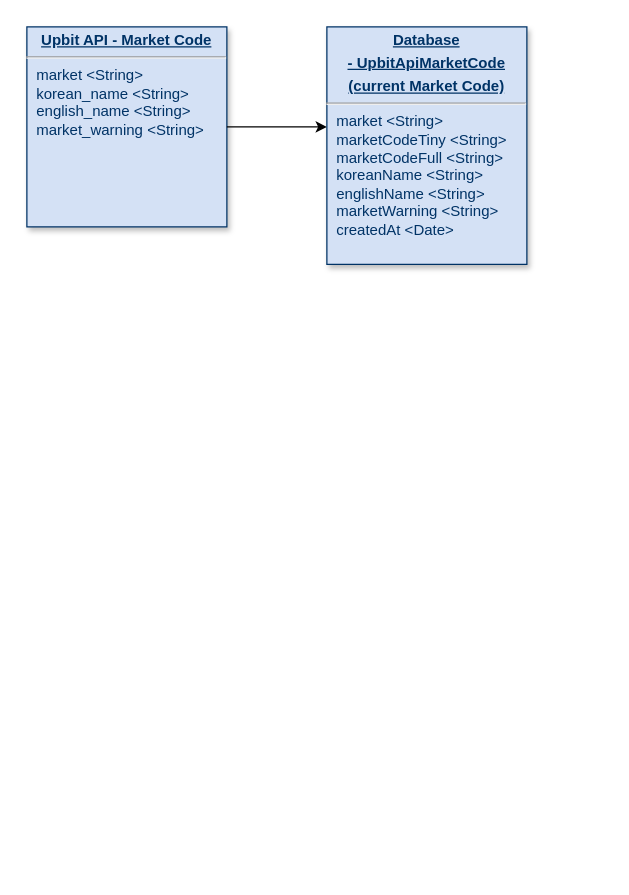
devKangMinHyeok/Project-C keeps this draw.io diagram as drawio/UpbitApiDataFlow.drawio. Above is the earlier version. Source tidied: cells renumbered, new cells numbered last; positions are measured from the earlier drawing's top-left corner, leaving out a move shared by most shapes. Both pictures are drawn from the tidied source at 125%, with x=0, y=0 at pixel (26, 26).
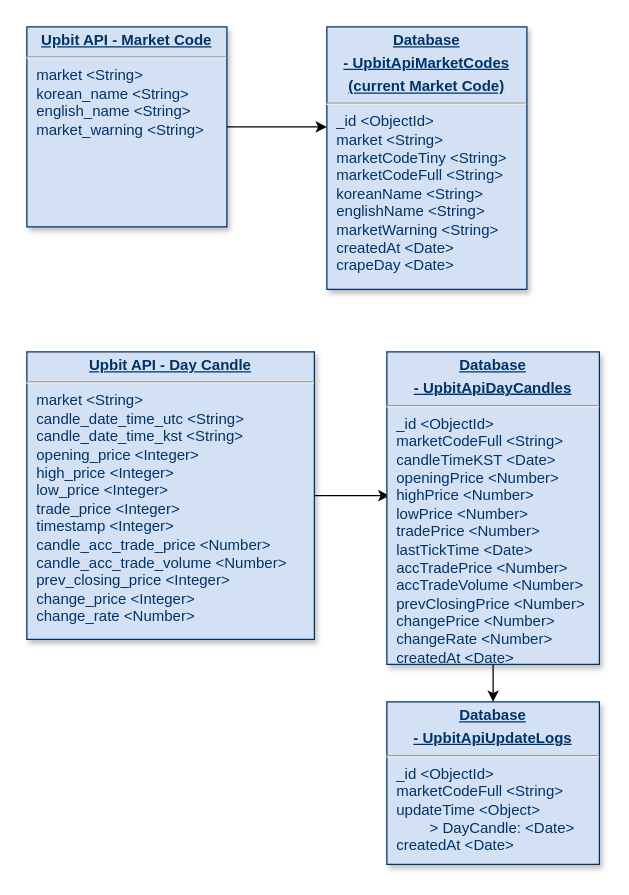
Above is the later version.

What changed in the source:
```diff
@@
 <mxGraphModel>
   <root>
     <mxCell id="0" />
     <mxCell id="1" parent="0" />
     <mxCell id="2" value="&lt;p style=&quot;margin: 0px ; margin-top: 4px ; text-align: center ; text-decoration: underline&quot;&gt;&lt;strong&gt;Upbit API - Market Code&lt;/strong&gt;&lt;/p&gt;&lt;hr&gt;&lt;p style=&quot;margin: 0px ; margin-left: 8px&quot;&gt;market &amp;lt;String&amp;gt;&lt;/p&gt;&lt;p style=&quot;margin: 0px ; margin-left: 8px&quot;&gt;korean_name &amp;lt;String&amp;gt;&lt;/p&gt;&lt;p style=&quot;margin: 0px ; margin-left: 8px&quot;&gt;english_name &amp;lt;String&amp;gt;&lt;/p&gt;&lt;p style=&quot;margin: 0px ; margin-left: 8px&quot;&gt;market_warning &amp;lt;String&amp;gt;&lt;/p&gt;" style="verticalAlign=top;align=left;overflow=fill;fontSize=12;fontFamily=Helvetica;html=1;strokeColor=#003366;shadow=1;fillColor=#D4E1F5;fontColor=#003366;" parent="1" vertex="1">
       <mxGeometry width="160" height="160" as="geometry" />
     </mxCell>
     <mxCell id="3" style="endArrow=classic;html=1;rounded=0;exitX=1;exitY=0.5;exitDx=0;exitDy=0;" parent="1" edge="1" source="2">
       <mxGeometry relative="1" as="geometry">
         <mxPoint x="240" y="80" as="targetPoint" />
       </mxGeometry>
     </mxCell>
-    <mxCell id="4" value="&lt;p style=&quot;margin: 0px ; margin-top: 4px ; text-align: center ; text-decoration: underline&quot;&gt;&lt;b&gt;Database&lt;/b&gt;&lt;/p&gt;&lt;p style=&quot;margin: 0px ; margin-top: 4px ; text-align: center ; text-decoration: underline&quot;&gt;&lt;b&gt;- UpbitApiMarketCode&lt;/b&gt;&lt;/p&gt;&lt;p style=&quot;margin: 0px ; margin-top: 4px ; text-align: center ; text-decoration: underline&quot;&gt;&lt;b&gt;(current Market Code)&lt;/b&gt;&lt;/p&gt;&lt;hr&gt;&lt;p style=&quot;margin: 0px ; margin-left: 8px&quot;&gt;market &amp;lt;String&amp;gt;&lt;/p&gt;&lt;p style=&quot;margin: 0px ; margin-left: 8px&quot;&gt;marketCodeTiny &amp;lt;String&amp;gt;&lt;/p&gt;&lt;p style=&quot;margin: 0px ; margin-left: 8px&quot;&gt;marketCodeFull &amp;lt;String&amp;gt;&lt;/p&gt;&lt;p style=&quot;margin: 0px ; margin-left: 8px&quot;&gt;koreanName &amp;lt;String&amp;gt;&lt;/p&gt;&lt;p style=&quot;margin: 0px ; margin-left: 8px&quot;&gt;englishName &amp;lt;String&amp;gt;&lt;/p&gt;&lt;p style=&quot;margin: 0px ; margin-left: 8px&quot;&gt;marketWarning &amp;lt;String&amp;gt;&lt;/p&gt;&lt;p style=&quot;margin: 0px ; margin-left: 8px&quot;&gt;createdAt &amp;lt;Date&amp;gt;&lt;/p&gt;" style="verticalAlign=top;align=left;overflow=fill;fontSize=12;fontFamily=Helvetica;html=1;strokeColor=#003366;shadow=1;fillColor=#D4E1F5;fontColor=#003366;" parent="1" vertex="1">
-      <mxGeometry x="240" width="160" height="190" as="geometry" />
+    <mxCell id="4" value="&lt;p style=&quot;margin: 0px ; margin-top: 4px ; text-align: center ; text-decoration: underline&quot;&gt;&lt;b&gt;Database&lt;/b&gt;&lt;/p&gt;&lt;p style=&quot;margin: 0px ; margin-top: 4px ; text-align: center ; text-decoration: underline&quot;&gt;&lt;b&gt;- UpbitApiMarketCodes&lt;/b&gt;&lt;/p&gt;&lt;p style=&quot;margin: 0px ; margin-top: 4px ; text-align: center ; text-decoration: underline&quot;&gt;&lt;b&gt;(current Market Code)&lt;/b&gt;&lt;/p&gt;&lt;hr&gt;&lt;p style=&quot;margin: 0px ; margin-left: 8px&quot;&gt;_id &amp;lt;ObjectId&amp;gt;&lt;br&gt;&lt;/p&gt;&lt;p style=&quot;margin: 0px ; margin-left: 8px&quot;&gt;market &amp;lt;String&amp;gt;&lt;/p&gt;&lt;p style=&quot;margin: 0px ; margin-left: 8px&quot;&gt;marketCodeTiny &amp;lt;String&amp;gt;&lt;/p&gt;&lt;p style=&quot;margin: 0px ; margin-left: 8px&quot;&gt;marketCodeFull &amp;lt;String&amp;gt;&lt;/p&gt;&lt;p style=&quot;margin: 0px ; margin-left: 8px&quot;&gt;koreanName &amp;lt;String&amp;gt;&lt;/p&gt;&lt;p style=&quot;margin: 0px ; margin-left: 8px&quot;&gt;englishName &amp;lt;String&amp;gt;&lt;/p&gt;&lt;p style=&quot;margin: 0px ; margin-left: 8px&quot;&gt;marketWarning &amp;lt;String&amp;gt;&lt;/p&gt;&lt;p style=&quot;margin: 0px ; margin-left: 8px&quot;&gt;createdAt &amp;lt;Date&amp;gt;&lt;/p&gt;&lt;p style=&quot;margin: 0px ; margin-left: 8px&quot;&gt;crapeDay &amp;lt;Date&amp;gt;&lt;/p&gt;" style="verticalAlign=top;align=left;overflow=fill;fontSize=12;fontFamily=Helvetica;html=1;strokeColor=#003366;shadow=1;fillColor=#D4E1F5;fontColor=#003366;" parent="1" vertex="1">
+      <mxGeometry x="240" width="160" height="210" as="geometry" />
     </mxCell>
+    <mxCell id="5" style="edgeStyle=orthogonalEdgeStyle;rounded=0;jettySize=auto;html=1;exitX=1;exitY=0.5;exitDx=0;exitDy=0;entryX=0.012;entryY=0.46;entryDx=0;entryDy=0;entryPerimeter=0;" parent="1" edge="1" source="6" target="8">
+      <mxGeometry relative="1" as="geometry" />
+    </mxCell>
+    <mxCell id="6" value="&lt;p style=&quot;margin: 0px ; margin-top: 4px ; text-align: center ; text-decoration: underline&quot;&gt;&lt;strong&gt;Upbit API - Day Candle&lt;/strong&gt;&lt;/p&gt;&lt;hr&gt;&lt;p style=&quot;margin: 0px ; margin-left: 8px&quot;&gt;&lt;span&gt;market &amp;lt;String&amp;gt;&lt;/span&gt;&lt;/p&gt;&lt;p style=&quot;margin: 0px ; margin-left: 8px&quot;&gt;candle_date_time_utc &amp;lt;String&amp;gt;&lt;/p&gt;&lt;p style=&quot;margin: 0px ; margin-left: 8px&quot;&gt;candle_date_time_kst &amp;lt;String&amp;gt;&lt;/p&gt;&lt;p style=&quot;margin: 0px ; margin-left: 8px&quot;&gt;opening_price &amp;lt;Integer&amp;gt;&lt;/p&gt;&lt;p style=&quot;margin: 0px ; margin-left: 8px&quot;&gt;high_price &amp;lt;Integer&amp;gt;&lt;/p&gt;&lt;p style=&quot;margin: 0px ; margin-left: 8px&quot;&gt;low_price &amp;lt;Integer&amp;gt;&lt;/p&gt;&lt;p style=&quot;margin: 0px ; margin-left: 8px&quot;&gt;trade_price &amp;lt;Integer&amp;gt;&lt;/p&gt;&lt;p style=&quot;margin: 0px ; margin-left: 8px&quot;&gt;&lt;span&gt;timestamp &amp;lt;Integer&amp;gt;&lt;/span&gt;&lt;/p&gt;&lt;p style=&quot;margin: 0px ; margin-left: 8px&quot;&gt;candle_acc_trade_price &amp;lt;Number&amp;gt;&lt;/p&gt;&lt;p style=&quot;margin: 0px ; margin-left: 8px&quot;&gt;candle_acc_trade_volume &amp;lt;Number&amp;gt;&lt;/p&gt;&lt;p style=&quot;margin: 0px ; margin-left: 8px&quot;&gt;prev_closing_price &amp;lt;Integer&amp;gt;&lt;/p&gt;&lt;p style=&quot;margin: 0px ; margin-left: 8px&quot;&gt;change_price &amp;lt;Integer&amp;gt;&lt;/p&gt;&lt;p style=&quot;margin: 0px ; margin-left: 8px&quot;&gt;change_rate &amp;lt;Number&amp;gt;&lt;/p&gt;" style="verticalAlign=top;align=left;overflow=fill;fontSize=12;fontFamily=Helvetica;html=1;strokeColor=#003366;shadow=1;fillColor=#D4E1F5;fontColor=#003366;" parent="1" vertex="1">
+      <mxGeometry y="260" width="230" height="230" as="geometry" />
+    </mxCell>
+    <mxCell id="7" style="edgeStyle=orthogonalEdgeStyle;rounded=0;jettySize=auto;html=1;exitX=0.5;exitY=1;exitDx=0;exitDy=0;entryX=0.5;entryY=0;entryDx=0;entryDy=0;" parent="1" edge="1" source="8" target="9">
+      <mxGeometry relative="1" as="geometry" />
+    </mxCell>
+    <mxCell id="8" value="&lt;p style=&quot;margin: 0px ; margin-top: 4px ; text-align: center ; text-decoration: underline&quot;&gt;&lt;b&gt;Database&lt;/b&gt;&lt;/p&gt;&lt;p style=&quot;margin: 0px ; margin-top: 4px ; text-align: center ; text-decoration: underline&quot;&gt;&lt;b&gt;-&amp;nbsp;&lt;/b&gt;&lt;b&gt;&lt;u&gt;UpbitApiDayCandles&lt;/u&gt;&lt;/b&gt;&lt;/p&gt;&lt;hr&gt;&lt;p style=&quot;margin: 0px ; margin-left: 8px&quot;&gt;_id &amp;lt;ObjectId&amp;gt;&lt;/p&gt;&lt;p style=&quot;margin: 0px ; margin-left: 8px&quot;&gt;marketCodeFull &amp;lt;String&amp;gt;&lt;/p&gt;&lt;p style=&quot;margin: 0px ; margin-left: 8px&quot;&gt;candleTimeKST &amp;lt;Date&amp;gt;&lt;/p&gt;&lt;p style=&quot;margin: 0px ; margin-left: 8px&quot;&gt;openingPrice &amp;lt;Number&amp;gt;&lt;/p&gt;&lt;p style=&quot;margin: 0px ; margin-left: 8px&quot;&gt;highPrice &amp;lt;Number&amp;gt;&lt;/p&gt;&lt;p style=&quot;margin: 0px ; margin-left: 8px&quot;&gt;lowPrice &amp;lt;Number&amp;gt;&lt;/p&gt;&lt;p style=&quot;margin: 0px ; margin-left: 8px&quot;&gt;tradePrice &amp;lt;Number&amp;gt;&lt;/p&gt;&lt;p style=&quot;margin: 0px ; margin-left: 8px&quot;&gt;lastTickTime &amp;lt;Date&amp;gt;&lt;/p&gt;&lt;p style=&quot;margin: 0px ; margin-left: 8px&quot;&gt;accTradePrice &amp;lt;Number&amp;gt;&lt;/p&gt;&lt;p style=&quot;margin: 0px ; margin-left: 8px&quot;&gt;accTradeVolume &amp;lt;Number&amp;gt;&lt;/p&gt;&lt;p style=&quot;margin: 0px ; margin-left: 8px&quot;&gt;prevClosingPrice &amp;lt;Number&amp;gt;&lt;/p&gt;&lt;p style=&quot;margin: 0px ; margin-left: 8px&quot;&gt;changePrice &amp;lt;Number&amp;gt;&lt;/p&gt;&lt;p style=&quot;margin: 0px ; margin-left: 8px&quot;&gt;changeRate &amp;lt;Number&amp;gt;&lt;/p&gt;&lt;p style=&quot;margin: 0px ; margin-left: 8px&quot;&gt;createdAt &amp;lt;Date&amp;gt;&lt;/p&gt;" style="verticalAlign=top;align=left;overflow=fill;fontSize=12;fontFamily=Helvetica;html=1;strokeColor=#003366;shadow=1;fillColor=#D4E1F5;fontColor=#003366;" parent="1" vertex="1">
+      <mxGeometry x="288" y="260" width="170" height="250" as="geometry" />
+    </mxCell>
+    <mxCell id="9" value="&lt;p style=&quot;margin: 0px ; margin-top: 4px ; text-align: center ; text-decoration: underline&quot;&gt;&lt;b&gt;Database&lt;/b&gt;&lt;/p&gt;&lt;p style=&quot;margin: 0px ; margin-top: 4px ; text-align: center ; text-decoration: underline&quot;&gt;&lt;b&gt;- UpbitApiUpdateLogs&lt;/b&gt;&lt;/p&gt;&lt;hr&gt;&lt;p style=&quot;margin: 0px ; margin-left: 8px&quot;&gt;_id &amp;lt;ObjectId&amp;gt;&lt;/p&gt;&lt;p style=&quot;margin: 0px ; margin-left: 8px&quot;&gt;marketCodeFull &amp;lt;String&amp;gt;&lt;/p&gt;&lt;p style=&quot;margin: 0px ; margin-left: 8px&quot;&gt;updateTime &amp;lt;Object&amp;gt;&lt;/p&gt;&lt;p style=&quot;margin: 0px ; margin-left: 8px&quot;&gt;&lt;span style=&quot;white-space: pre&quot;&gt;&#9;&lt;/span&gt;&amp;gt; DayCandle: &amp;lt;Date&amp;gt;&lt;br&gt;&lt;/p&gt;&lt;p style=&quot;margin: 0px ; margin-left: 8px&quot;&gt;createdAt &amp;lt;Date&amp;gt;&lt;/p&gt;" style="verticalAlign=top;align=left;overflow=fill;fontSize=12;fontFamily=Helvetica;html=1;strokeColor=#003366;shadow=1;fillColor=#D4E1F5;fontColor=#003366;" parent="1" vertex="1">
+      <mxGeometry x="288" y="540" width="170" height="130" as="geometry" />
+    </mxCell>
   </root>
 </mxGraphModel>
```
